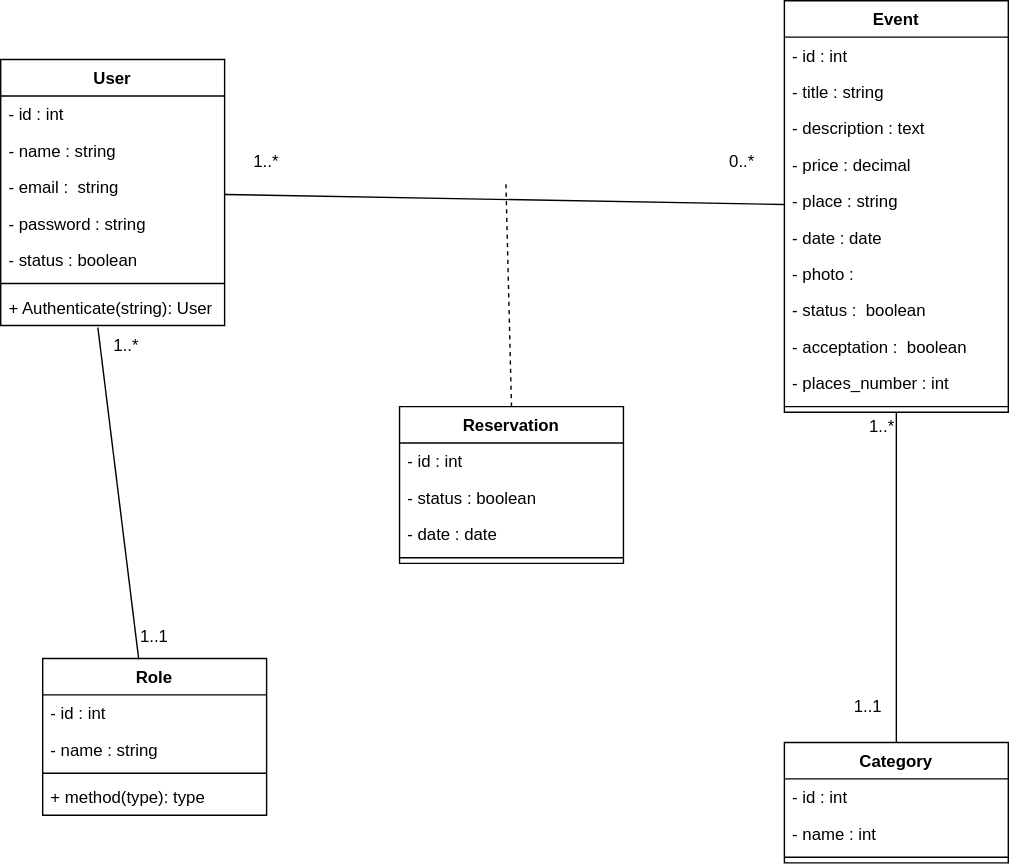
The draw.io diagram UML/Dclass2.svg in Fiharali/Evento, before a commit. Source tidied: cells renumbered, new cells last; positions are measured from the earlier drawing's top-left corner, leaving out a move shared by most shapes. Its diagram source:
```xml
<mxGraphModel>
  <root>
    <mxCell id="0" />
    <mxCell id="1" parent="0" />
    <mxCell id="2" value="User" style="swimlane;fontStyle=1;align=center;verticalAlign=top;horizontal=1;startSize=26;" parent="1" vertex="1">
      <mxGeometry y="42" width="160" height="190" as="geometry" />
    </mxCell>
    <mxCell id="3" value="- id : int" style="text;strokeColor=none;fillColor=none;align=left;verticalAlign=top;spacingLeft=4;spacingRight=4;overflow=hidden;" parent="2" vertex="1">
      <mxGeometry y="26" width="160" height="26" as="geometry" />
    </mxCell>
    <mxCell id="4" value="- name : string" style="text;strokeColor=none;fillColor=none;align=left;verticalAlign=top;spacingLeft=4;spacingRight=4;overflow=hidden;" parent="2" vertex="1">
      <mxGeometry y="52" width="160" height="26" as="geometry" />
    </mxCell>
    <mxCell id="5" value="- email :  string" style="text;strokeColor=none;fillColor=none;align=left;verticalAlign=top;spacingLeft=4;spacingRight=4;overflow=hidden;" parent="2" vertex="1">
      <mxGeometry y="78" width="160" height="26" as="geometry" />
    </mxCell>
    <mxCell id="6" value="- password : string" style="text;strokeColor=none;fillColor=none;align=left;verticalAlign=top;spacingLeft=4;spacingRight=4;overflow=hidden;" parent="2" vertex="1">
      <mxGeometry y="104" width="160" height="26" as="geometry" />
    </mxCell>
    <mxCell id="7" value="- status : boolean" style="text;strokeColor=none;fillColor=none;align=left;verticalAlign=top;spacingLeft=4;spacingRight=4;overflow=hidden;" parent="2" vertex="1">
      <mxGeometry y="130" width="160" height="26" as="geometry" />
    </mxCell>
    <mxCell id="8" style="line;strokeWidth=1;fillColor=none;align=left;verticalAlign=middle;spacingTop=-1;spacingLeft=3;spacingRight=3;labelPosition=right;strokeColor=inherit;" parent="2" vertex="1">
      <mxGeometry y="156" width="160" height="8" as="geometry" />
    </mxCell>
    <mxCell id="9" value="+ Authenticate(string): User" style="text;strokeColor=none;fillColor=none;align=left;verticalAlign=top;spacingLeft=4;spacingRight=4;overflow=hidden;points=[[0,0.5],[1,0.5]];portConstraint=eastwest;" parent="2" vertex="1">
      <mxGeometry y="164" width="160" height="26" as="geometry" />
    </mxCell>
    <mxCell id="10" value="Role" style="swimlane;fontStyle=1;align=center;verticalAlign=top;horizontal=1;startSize=26;" parent="1" vertex="1">
      <mxGeometry x="30" y="470" width="160" height="112" as="geometry" />
    </mxCell>
    <mxCell id="11" value="- id : int" style="text;strokeColor=none;fillColor=none;align=left;verticalAlign=top;spacingLeft=4;spacingRight=4;overflow=hidden;" parent="10" vertex="1">
      <mxGeometry y="26" width="160" height="26" as="geometry" />
    </mxCell>
    <mxCell id="12" value="- name : string" style="text;strokeColor=none;fillColor=none;align=left;verticalAlign=top;spacingLeft=4;spacingRight=4;overflow=hidden;" parent="10" vertex="1">
      <mxGeometry y="52" width="160" height="26" as="geometry" />
    </mxCell>
    <mxCell id="13" style="line;strokeWidth=1;fillColor=none;align=left;verticalAlign=middle;spacingTop=-1;spacingLeft=3;spacingRight=3;labelPosition=right;strokeColor=inherit;" parent="10" vertex="1">
      <mxGeometry y="78" width="160" height="8" as="geometry" />
    </mxCell>
    <mxCell id="14" value="+ method(type): type" style="text;strokeColor=none;fillColor=none;align=left;verticalAlign=top;spacingLeft=4;spacingRight=4;overflow=hidden;" parent="10" vertex="1">
      <mxGeometry y="86" width="160" height="26" as="geometry" />
    </mxCell>
    <mxCell id="15" value="Event" style="swimlane;fontStyle=1;align=center;verticalAlign=top;horizontal=1;startSize=26;" parent="1" vertex="1">
      <mxGeometry x="560" width="160" height="294" as="geometry" />
    </mxCell>
    <mxCell id="16" value="- id : int" style="text;strokeColor=none;fillColor=none;align=left;verticalAlign=top;spacingLeft=4;spacingRight=4;overflow=hidden;" parent="15" vertex="1">
      <mxGeometry y="26" width="160" height="26" as="geometry" />
    </mxCell>
    <mxCell id="17" value="- title : string" style="text;strokeColor=none;fillColor=none;align=left;verticalAlign=top;spacingLeft=4;spacingRight=4;overflow=hidden;" parent="15" vertex="1">
      <mxGeometry y="52" width="160" height="26" as="geometry" />
    </mxCell>
    <mxCell id="18" value="- description : text" style="text;strokeColor=none;fillColor=none;align=left;verticalAlign=top;spacingLeft=4;spacingRight=4;overflow=hidden;" parent="15" vertex="1">
      <mxGeometry y="78" width="160" height="26" as="geometry" />
    </mxCell>
    <mxCell id="19" value="- price : decimal" style="text;strokeColor=none;fillColor=none;align=left;verticalAlign=top;spacingLeft=4;spacingRight=4;overflow=hidden;" parent="15" vertex="1">
      <mxGeometry y="104" width="160" height="26" as="geometry" />
    </mxCell>
    <mxCell id="20" value="- place : string" style="text;strokeColor=none;fillColor=none;align=left;verticalAlign=top;spacingLeft=4;spacingRight=4;overflow=hidden;" parent="15" vertex="1">
      <mxGeometry y="130" width="160" height="26" as="geometry" />
    </mxCell>
    <mxCell id="21" value="- date : date" style="text;strokeColor=none;fillColor=none;align=left;verticalAlign=top;spacingLeft=4;spacingRight=4;overflow=hidden;" parent="15" vertex="1">
      <mxGeometry y="156" width="160" height="26" as="geometry" />
    </mxCell>
    <mxCell id="22" value="- photo :" style="text;strokeColor=none;fillColor=none;align=left;verticalAlign=top;spacingLeft=4;spacingRight=4;overflow=hidden;" parent="15" vertex="1">
      <mxGeometry y="182" width="160" height="26" as="geometry" />
    </mxCell>
    <mxCell id="23" value="- status :  boolean" style="text;strokeColor=none;fillColor=none;align=left;verticalAlign=top;spacingLeft=4;spacingRight=4;overflow=hidden;" parent="15" vertex="1">
      <mxGeometry y="208" width="160" height="26" as="geometry" />
    </mxCell>
    <mxCell id="24" value="- acceptation :  boolean" style="text;strokeColor=none;fillColor=none;align=left;verticalAlign=top;spacingLeft=4;spacingRight=4;overflow=hidden;" parent="15" vertex="1">
      <mxGeometry y="234" width="160" height="26" as="geometry" />
    </mxCell>
    <mxCell id="25" value="- places_number : int" style="text;strokeColor=none;fillColor=none;align=left;verticalAlign=top;spacingLeft=4;spacingRight=4;overflow=hidden;" parent="15" vertex="1">
      <mxGeometry y="260" width="160" height="26" as="geometry" />
    </mxCell>
    <mxCell id="26" style="line;strokeWidth=1;fillColor=none;align=left;verticalAlign=middle;spacingTop=-1;spacingLeft=3;spacingRight=3;labelPosition=right;strokeColor=inherit;" parent="15" vertex="1">
      <mxGeometry y="286" width="160" height="8" as="geometry" />
    </mxCell>
    <mxCell id="27" value="Reservation" style="swimlane;fontStyle=1;align=center;verticalAlign=top;horizontal=1;startSize=26;" parent="1" vertex="1">
      <mxGeometry x="285" y="290" width="160" height="112" as="geometry" />
    </mxCell>
    <mxCell id="28" value="- id : int " style="text;strokeColor=none;fillColor=none;align=left;verticalAlign=top;spacingLeft=4;spacingRight=4;overflow=hidden;" parent="27" vertex="1">
      <mxGeometry y="26" width="160" height="26" as="geometry" />
    </mxCell>
    <mxCell id="29" value="- status : boolean" style="text;strokeColor=none;fillColor=none;align=left;verticalAlign=top;spacingLeft=4;spacingRight=4;overflow=hidden;" parent="27" vertex="1">
      <mxGeometry y="52" width="160" height="26" as="geometry" />
    </mxCell>
    <mxCell id="30" value="- date : date" style="text;strokeColor=none;fillColor=none;align=left;verticalAlign=top;spacingLeft=4;spacingRight=4;overflow=hidden;" parent="27" vertex="1">
      <mxGeometry y="78" width="160" height="26" as="geometry" />
    </mxCell>
    <mxCell id="31" style="line;strokeWidth=1;fillColor=none;align=left;verticalAlign=middle;spacingTop=-1;spacingLeft=3;spacingRight=3;labelPosition=right;strokeColor=inherit;" parent="27" vertex="1">
      <mxGeometry y="104" width="160" height="8" as="geometry" />
    </mxCell>
    <mxCell id="32" value="Category" style="swimlane;fontStyle=1;align=center;verticalAlign=top;horizontal=1;startSize=26;" parent="1" vertex="1">
      <mxGeometry x="560" y="530" width="160" height="86" as="geometry" />
    </mxCell>
    <mxCell id="33" value="- id : int" style="text;strokeColor=none;fillColor=none;align=left;verticalAlign=top;spacingLeft=4;spacingRight=4;overflow=hidden;" parent="32" vertex="1">
      <mxGeometry y="26" width="160" height="26" as="geometry" />
    </mxCell>
    <mxCell id="34" value="- name : int " style="text;strokeColor=none;fillColor=none;align=left;verticalAlign=top;spacingLeft=4;spacingRight=4;overflow=hidden;" parent="32" vertex="1">
      <mxGeometry y="52" width="160" height="26" as="geometry" />
    </mxCell>
    <mxCell id="35" style="line;strokeWidth=1;fillColor=none;align=left;verticalAlign=middle;spacingTop=-1;spacingLeft=3;spacingRight=3;labelPosition=right;strokeColor=inherit;" parent="32" vertex="1">
      <mxGeometry y="78" width="160" height="8" as="geometry" />
    </mxCell>
    <mxCell id="36" style="endArrow=none;html=1;exitX=0.429;exitY=0.005;exitDx=0;exitDy=0;exitPerimeter=0;entryX=0.434;entryY=1.062;entryDx=0;entryDy=0;entryPerimeter=0;" parent="1" edge="1" source="10" target="9">
      <mxGeometry relative="1" as="geometry" />
    </mxCell>
    <mxCell id="37" style="endArrow=none;html=1;" parent="1" edge="1" source="2" target="15">
      <mxGeometry relative="1" as="geometry" />
    </mxCell>
    <mxCell id="38" style="endArrow=none;html=1;entryX=0.5;entryY=0;entryDx=0;entryDy=0;" parent="1" edge="1" source="15" target="32">
      <mxGeometry relative="1" as="geometry" />
    </mxCell>
    <mxCell id="39" value="1..*" style="text;html=1;strokeColor=none;fillColor=none;align=center;verticalAlign=middle;whiteSpace=wrap;rounded=0;" parent="1" vertex="1">
      <mxGeometry x="160" y="100" width="60" height="30" as="geometry" />
    </mxCell>
    <mxCell id="40" value="1..1" style="text;html=1;strokeColor=none;fillColor=none;align=center;verticalAlign=middle;whiteSpace=wrap;rounded=0;" parent="1" vertex="1">
      <mxGeometry x="590" y="490" width="60" height="30" as="geometry" />
    </mxCell>
    <mxCell id="41" value="0..*" style="text;html=1;strokeColor=none;fillColor=none;align=center;verticalAlign=middle;whiteSpace=wrap;rounded=0;" parent="1" vertex="1">
      <mxGeometry x="500" y="100" width="60" height="30" as="geometry" />
    </mxCell>
    <mxCell id="42" value="1..*" style="text;html=1;strokeColor=none;fillColor=none;align=center;verticalAlign=middle;whiteSpace=wrap;rounded=0;" parent="1" vertex="1">
      <mxGeometry x="600" y="290" width="60" height="30" as="geometry" />
    </mxCell>
    <mxCell id="43" value="1..*" style="text;html=1;strokeColor=none;fillColor=none;align=center;verticalAlign=middle;whiteSpace=wrap;rounded=0;" parent="1" vertex="1">
      <mxGeometry x="60" y="232" width="60" height="30" as="geometry" />
    </mxCell>
    <mxCell id="44" value="1..1" style="text;html=1;strokeColor=none;fillColor=none;align=center;verticalAlign=middle;whiteSpace=wrap;rounded=0;" parent="1" vertex="1">
      <mxGeometry x="80" y="440" width="60" height="30" as="geometry" />
    </mxCell>
    <mxCell id="45" style="endArrow=none;dashed=1;html=1;rounded=0;exitX=0.5;exitY=0;exitDx=0;exitDy=0;" parent="1" edge="1" source="27">
      <mxGeometry relative="1" as="geometry">
        <mxPoint x="361" y="130" as="targetPoint" />
      </mxGeometry>
    </mxCell>
  </root>
</mxGraphModel>
```
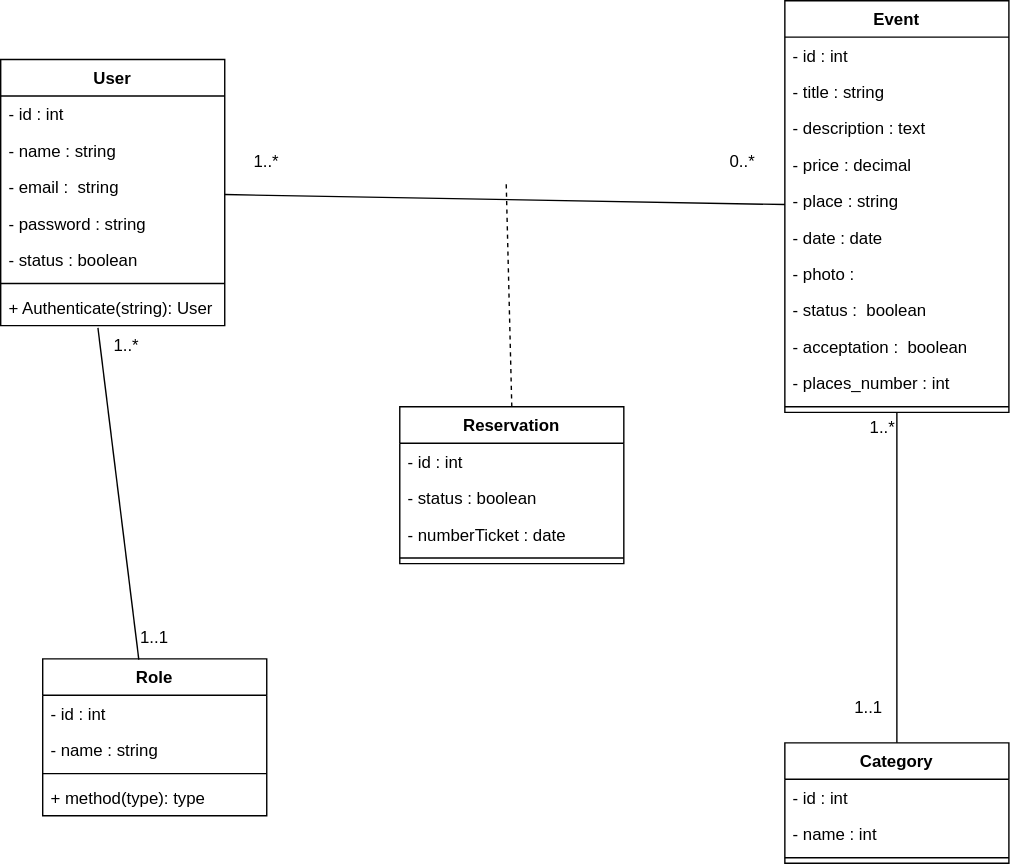
The same diagram one commit later.

Change to the diagram source:
```diff
@@ -86,7 +86,7 @@
     <mxCell id="29" value="- status : boolean" style="text;strokeColor=none;fillColor=none;align=left;verticalAlign=top;spacingLeft=4;spacingRight=4;overflow=hidden;" parent="27" vertex="1">
       <mxGeometry y="52" width="160" height="26" as="geometry" />
     </mxCell>
-    <mxCell id="30" value="- date : date" style="text;strokeColor=none;fillColor=none;align=left;verticalAlign=top;spacingLeft=4;spacingRight=4;overflow=hidden;" parent="27" vertex="1">
+    <mxCell id="30" value="- numberTicket : date" style="text;strokeColor=none;fillColor=none;align=left;verticalAlign=top;spacingLeft=4;spacingRight=4;overflow=hidden;" parent="27" vertex="1">
       <mxGeometry y="78" width="160" height="26" as="geometry" />
     </mxCell>
     <mxCell id="31" style="line;strokeWidth=1;fillColor=none;align=left;verticalAlign=middle;spacingTop=-1;spacingLeft=3;spacingRight=3;labelPosition=right;strokeColor=inherit;" parent="27" vertex="1">
```
